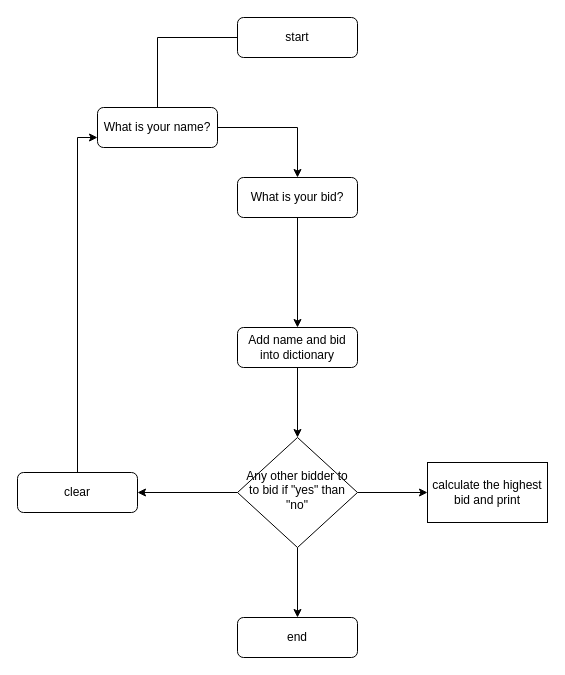
This is flowcharts/bidding.drawio from shahzoor123/100-Day-of-Python, a draw.io file, before an edit. Source tidied: cells renumbered, new cells numbered last; positions are measured from the earlier drawing's top-left corner, leaving out a move shared by most shapes. Both pictures are drawn from the tidied source at 100%, with x=0, y=0 at pixel (17, 17).
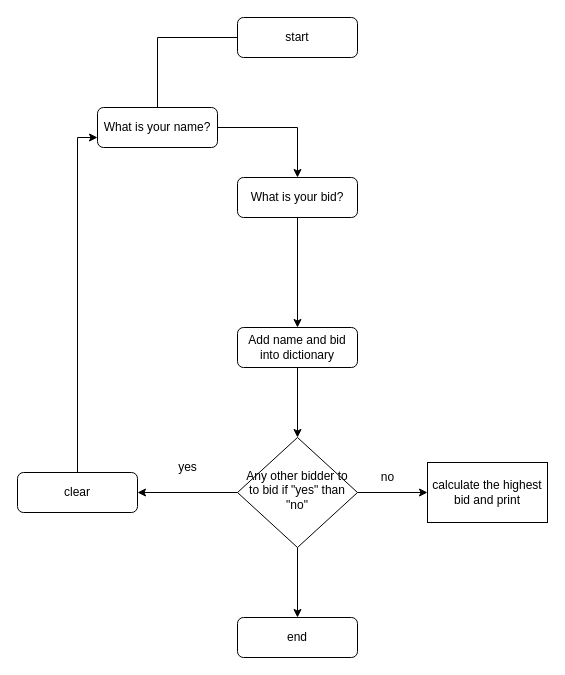
The same page after the edit.

Commit message (it also covers changes not shown here):
Day_9 silent bidding program 100% done

The edit, as a diff of the source:
```diff
@@
 <mxGraphModel>
   <root>
     <mxCell id="0" />
     <mxCell id="1" parent="0" />
     <mxCell id="2" value="start" style="rounded=1;whiteSpace=wrap;html=1;fontSize=12;glass=0;strokeWidth=1;shadow=0;" parent="1" vertex="1">
       <mxGeometry x="220" width="120" height="40" as="geometry" />
     </mxCell>
     <mxCell id="3" style="edgeStyle=orthogonalEdgeStyle;rounded=0;jettySize=auto;html=1;" parent="1" edge="1" source="6" target="7">
       <mxGeometry relative="1" as="geometry" />
     </mxCell>
     <mxCell id="4" style="edgeStyle=orthogonalEdgeStyle;rounded=0;jettySize=auto;html=1;entryX=1;entryY=0.5;entryDx=0;entryDy=0;" parent="1" edge="1" source="6" target="14">
       <mxGeometry relative="1" as="geometry" />
     </mxCell>
     <mxCell id="5" style="edgeStyle=orthogonalEdgeStyle;rounded=0;jettySize=auto;html=1;" parent="1" edge="1" source="6" target="17">
       <mxGeometry relative="1" as="geometry" />
     </mxCell>
     <mxCell id="6" value="Any other bidder to to bid if &quot;yes&quot; than &quot;no&quot;" style="rhombus;whiteSpace=wrap;html=1;shadow=0;fontFamily=Helvetica;fontSize=12;align=center;strokeWidth=1;spacing=6;spacingTop=-4;" parent="1" vertex="1">
       <mxGeometry x="220" y="420" width="120" height="110" as="geometry" />
     </mxCell>
     <mxCell id="7" value="end" style="rounded=1;whiteSpace=wrap;html=1;fontSize=12;glass=0;strokeWidth=1;shadow=0;" parent="1" vertex="1">
       <mxGeometry x="220" y="600" width="120" height="40" as="geometry" />
     </mxCell>
     <mxCell id="8" style="edgeStyle=orthogonalEdgeStyle;rounded=0;jettySize=auto;html=1;entryX=0.5;entryY=0;entryDx=0;entryDy=0;" parent="1" edge="1" source="9" target="12">
       <mxGeometry relative="1" as="geometry" />
     </mxCell>
     <mxCell id="9" value="What is your name?" style="rounded=1;whiteSpace=wrap;html=1;fontSize=12;glass=0;strokeWidth=1;shadow=0;" parent="1" vertex="1">
       <mxGeometry x="80" y="90" width="120" height="40" as="geometry" />
     </mxCell>
     <mxCell id="10" style="rounded=0;html=1;jettySize=auto;fontSize=11;endArrow=none;endFill=0;endSize=8;strokeWidth=1;shadow=0;labelBackgroundColor=none;edgeStyle=orthogonalEdgeStyle;" parent="1" edge="1" source="2" target="9">
       <mxGeometry relative="1" as="geometry" />
     </mxCell>
     <mxCell id="11" style="edgeStyle=orthogonalEdgeStyle;rounded=0;jettySize=auto;html=1;entryX=0.5;entryY=0;entryDx=0;entryDy=0;" parent="1" edge="1" source="12" target="16">
       <mxGeometry relative="1" as="geometry" />
     </mxCell>
     <mxCell id="12" value="What is your bid?" style="rounded=1;whiteSpace=wrap;html=1;fontSize=12;glass=0;strokeWidth=1;shadow=0;" parent="1" vertex="1">
       <mxGeometry x="220" y="160" width="120" height="40" as="geometry" />
     </mxCell>
     <mxCell id="13" style="edgeStyle=orthogonalEdgeStyle;rounded=0;jettySize=auto;html=1;entryX=0;entryY=0.75;entryDx=0;entryDy=0;" parent="1" edge="1" source="14" target="9">
       <mxGeometry relative="1" as="geometry" />
     </mxCell>
     <mxCell id="14" value="clear" style="rounded=1;whiteSpace=wrap;html=1;fontSize=12;glass=0;strokeWidth=1;shadow=0;" parent="1" vertex="1">
       <mxGeometry y="455" width="120" height="40" as="geometry" />
     </mxCell>
     <mxCell id="15" style="edgeStyle=orthogonalEdgeStyle;rounded=0;jettySize=auto;html=1;entryX=0.5;entryY=0;entryDx=0;entryDy=0;" parent="1" edge="1" source="16" target="6">
       <mxGeometry relative="1" as="geometry" />
     </mxCell>
     <mxCell id="16" value="Add name and bid into dictionary" style="rounded=1;whiteSpace=wrap;html=1;fontSize=12;glass=0;strokeWidth=1;shadow=0;" parent="1" vertex="1">
       <mxGeometry x="220" y="310" width="120" height="40" as="geometry" />
     </mxCell>
     <mxCell id="17" value="calculate the highest bid and print" style="whiteSpace=wrap;html=1;" parent="1" vertex="1">
       <mxGeometry x="410" y="445" width="120" height="60" as="geometry" />
     </mxCell>
+    <mxCell id="18" value="no" style="text;html=1;align=center;verticalAlign=middle;strokeColor=none;fillColor=none;" parent="1" vertex="1">
+      <mxGeometry x="350" y="445" width="40" height="30" as="geometry" />
+    </mxCell>
+    <mxCell id="19" value="yes&lt;br&gt;" style="text;html=1;align=center;verticalAlign=middle;strokeColor=none;fillColor=none;" parent="1" vertex="1">
+      <mxGeometry x="150" y="435" width="40" height="30" as="geometry" />
+    </mxCell>
   </root>
 </mxGraphModel>
```
